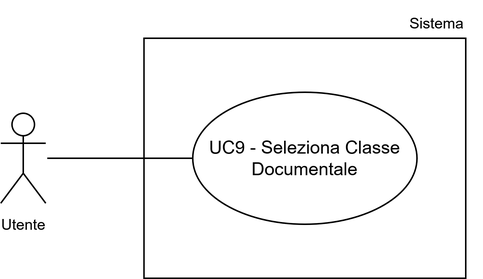
Before: assets/uml/UC9.png, a diagram exported from draw.io (7-ZPUs/Docs). Source tidied: cells renumbered, new cells last; positions are measured from the earlier drawing's top-left corner, leaving out a move shared by most shapes. The source it was exported from:
```xml
<mxGraphModel>
  <root>
    <mxCell id="0" />
    <mxCell id="1" parent="0" />
    <mxCell id="2" value="c" style="whiteSpace=wrap;html=1;" parent="1" vertex="1">
      <mxGeometry x="95.5" y="25" width="214.5" height="160" as="geometry" />
    </mxCell>
    <mxCell id="3" value="UC9 - Seleziona Classe Documentale" style="ellipse;whiteSpace=wrap;html=1;" parent="1" vertex="1">
      <mxGeometry x="128" y="61" width="149.5" height="88" as="geometry" />
    </mxCell>
    <mxCell id="4" value="&lt;font style=&quot;font-size: 10px;&quot;&gt;Utente&lt;/font&gt;" style="shape=umlActor;verticalLabelPosition=bottom;verticalAlign=top;html=1;" parent="1" vertex="1">
      <mxGeometry y="75" width="30" height="60" as="geometry" />
    </mxCell>
    <mxCell id="5" value="Sistema" style="text;html=1;whiteSpace=wrap;strokeColor=none;fillColor=none;align=center;verticalAlign=middle;rounded=0;fontSize=10;" parent="1" vertex="1">
      <mxGeometry x="261" width="60" height="30" as="geometry" />
    </mxCell>
    <mxCell id="6" style="endArrow=none;html=1;rounded=0;entryX=0;entryY=0.5;entryDx=0;entryDy=0;" parent="1" edge="1" target="3">
      <mxGeometry relative="1" as="geometry">
        <mxPoint x="31" y="105" as="sourcePoint" />
      </mxGeometry>
    </mxCell>
  </root>
</mxGraphModel>
```
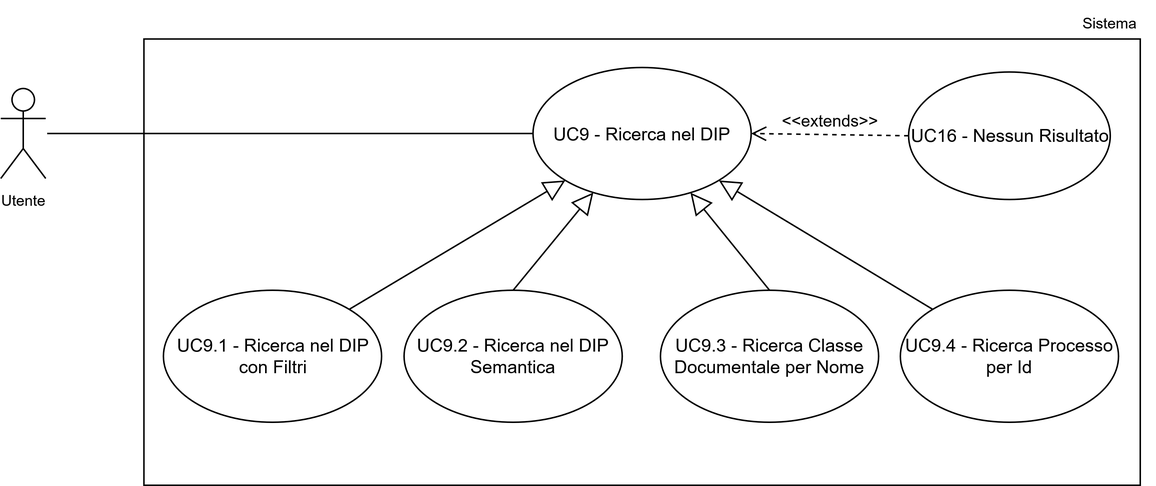
Above is the later version.

Diff of the diagram source:
```diff
@@ -2,22 +2,52 @@
   <root>
     <mxCell id="0" />
     <mxCell id="1" parent="0" />
-    <mxCell id="2" value="c" style="whiteSpace=wrap;html=1;" parent="1" vertex="1">
-      <mxGeometry x="95.5" y="25" width="214.5" height="160" as="geometry" />
+    <mxCell id="2" style="whiteSpace=wrap;html=1;" parent="1" vertex="1">
+      <mxGeometry x="-682.5" y="952.5" width="664.5" height="297.5" as="geometry" />
     </mxCell>
-    <mxCell id="3" value="UC9 - Seleziona Classe Documentale" style="ellipse;whiteSpace=wrap;html=1;" parent="1" vertex="1">
-      <mxGeometry x="128" y="61" width="149.5" height="88" as="geometry" />
+    <mxCell id="3" value="&lt;div&gt;UC9 - Ricerca nel DIP&lt;/div&gt;" style="ellipse;whiteSpace=wrap;html=1;" parent="1" vertex="1">
+      <mxGeometry x="-423" y="971.5" width="145.5" height="88" as="geometry" />
     </mxCell>
     <mxCell id="4" value="&lt;font style=&quot;font-size: 10px;&quot;&gt;Utente&lt;/font&gt;" style="shape=umlActor;verticalLabelPosition=bottom;verticalAlign=top;html=1;" parent="1" vertex="1">
-      <mxGeometry y="75" width="30" height="60" as="geometry" />
+      <mxGeometry x="-778" y="985.5" width="30" height="60" as="geometry" />
     </mxCell>
     <mxCell id="5" value="Sistema" style="text;html=1;whiteSpace=wrap;strokeColor=none;fillColor=none;align=center;verticalAlign=middle;rounded=0;fontSize=10;" parent="1" vertex="1">
-      <mxGeometry x="261" width="60" height="30" as="geometry" />
+      <mxGeometry x="-68" y="927" width="60" height="30" as="geometry" />
     </mxCell>
     <mxCell id="6" style="endArrow=none;html=1;rounded=0;entryX=0;entryY=0.5;entryDx=0;entryDy=0;" parent="1" edge="1" target="3">
       <mxGeometry relative="1" as="geometry">
-        <mxPoint x="31" y="105" as="sourcePoint" />
+        <mxPoint x="-747" y="1015.5" as="sourcePoint" />
       </mxGeometry>
     </mxCell>
+    <mxCell id="7" value="&lt;div&gt;UC9.2 - Ricerca nel DIP Semantica&lt;/div&gt;" style="ellipse;whiteSpace=wrap;html=1;" parent="1" vertex="1">
+      <mxGeometry x="-509" y="1120" width="145.5" height="88" as="geometry" />
+    </mxCell>
+    <mxCell id="8" value="&lt;div&gt;UC9.1 - Ricerca nel DIP con Filtri&lt;/div&gt;" style="ellipse;whiteSpace=wrap;html=1;" parent="1" vertex="1">
+      <mxGeometry x="-669.5" y="1120" width="145.5" height="88" as="geometry" />
+    </mxCell>
+    <mxCell id="9" value="&lt;div&gt;UC9.4 - Ricerca Processo per Id&lt;/div&gt;" style="ellipse;whiteSpace=wrap;html=1;" parent="1" vertex="1">
+      <mxGeometry x="-178" y="1120" width="145.5" height="88" as="geometry" />
+    </mxCell>
+    <mxCell id="10" value="&lt;div&gt;UC9.3 - Ricerca Classe Documentale per Nome&lt;/div&gt;" style="ellipse;whiteSpace=wrap;html=1;" parent="1" vertex="1">
+      <mxGeometry x="-338" y="1120" width="145.5" height="88" as="geometry" />
+    </mxCell>
+    <mxCell id="11" style="endArrow=block;endFill=0;endSize=12;html=1;rounded=0;exitX=1;exitY=0;exitDx=0;exitDy=0;entryX=0;entryY=1;entryDx=0;entryDy=0;" parent="1" edge="1" source="8" target="3">
+      <mxGeometry relative="1" as="geometry" />
+    </mxCell>
+    <mxCell id="12" style="endArrow=block;endFill=0;endSize=12;html=1;rounded=0;exitX=0.5;exitY=0;exitDx=0;exitDy=0;" parent="1" edge="1" source="7" target="3">
+      <mxGeometry relative="1" as="geometry" />
+    </mxCell>
+    <mxCell id="13" style="endArrow=block;endFill=0;endSize=12;html=1;rounded=0;exitX=0.5;exitY=0;exitDx=0;exitDy=0;" parent="1" edge="1" source="10" target="3">
+      <mxGeometry relative="1" as="geometry" />
+    </mxCell>
+    <mxCell id="14" style="endArrow=block;endFill=0;endSize=12;html=1;rounded=0;exitX=0;exitY=0;exitDx=0;exitDy=0;entryX=1;entryY=1;entryDx=0;entryDy=0;" parent="1" edge="1" source="9" target="3">
+      <mxGeometry relative="1" as="geometry" />
+    </mxCell>
+    <mxCell id="15" value="UC16 - Nessun Risultato" style="ellipse;whiteSpace=wrap;html=1;" parent="1" vertex="1">
+      <mxGeometry x="-172.5" y="974.5" width="134.5" height="85" as="geometry" />
+    </mxCell>
+    <mxCell id="16" value="&amp;lt;&amp;lt;extends&amp;gt;&amp;gt;" style="html=1;verticalAlign=bottom;endArrow=open;dashed=1;endSize=8;curved=0;rounded=0;endFill=0;exitX=0;exitY=0.5;exitDx=0;exitDy=0;entryX=1;entryY=0.5;entryDx=0;entryDy=0;" parent="1" edge="1" source="15" target="3">
+      <mxGeometry relative="1" as="geometry" />
+    </mxCell>
   </root>
 </mxGraphModel>
```
